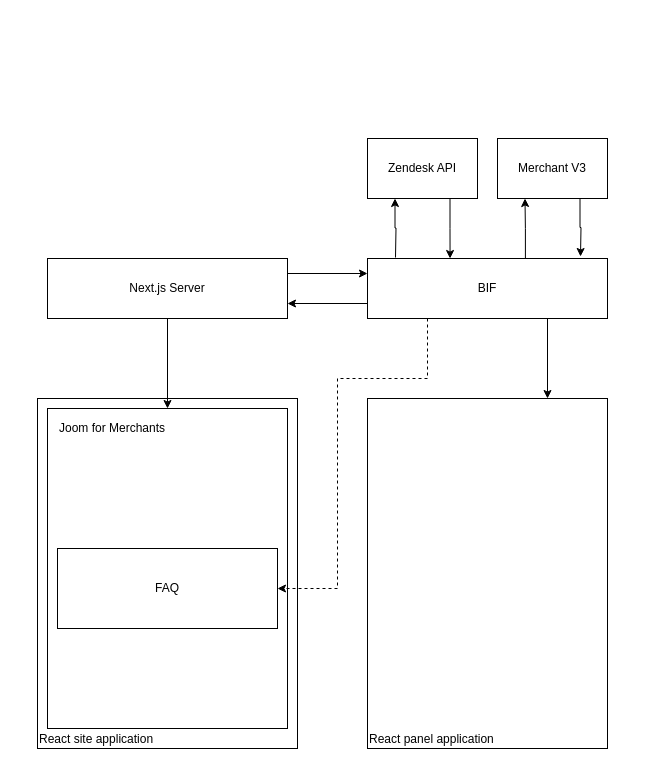
Earlier version of the draw.io diagram merchant-site.drawio (ajile/draw-io). Source tidied: cells renumbered, new cells numbered last; positions are measured from the earlier drawing's top-left corner, leaving out a move shared by most shapes. Both pictures are drawn from the tidied source at 100%, with x=0, y=0 at pixel (37, 138).
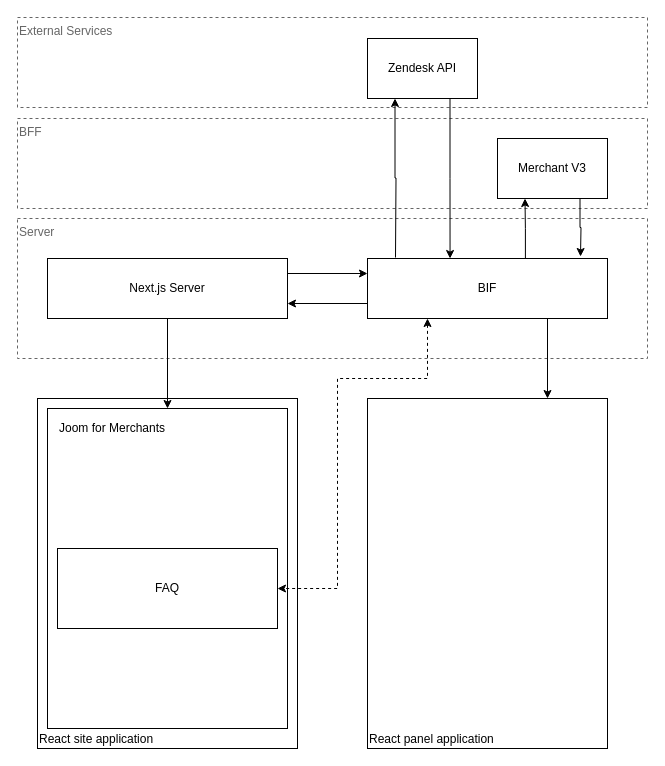
After the change.

The change refers to these unchanged cells:
```xml
<mxCell id="5" value="FAQ" style="rounded=0;whiteSpace=wrap;html=1;align=center;" parent="1" vertex="1">
  <mxGeometry x="20" y="410" width="220" height="80" as="geometry" />
</mxCell>
<mxCell id="14" value="BIF" style="rounded=0;whiteSpace=wrap;html=1;align=center;" parent="1" vertex="1">
  <mxGeometry x="330" y="120" width="240" height="60" as="geometry" />
</mxCell>
```

The edit, as a diff of the source:
```diff
@@
+    <mxCell id="20" value="External Services" style="rounded=0;whiteSpace=wrap;html=1;align=left;verticalAlign=top;fontColor=#666666;strokeColor=#666666;dashed=1;" parent="1" vertex="1">
+      <mxGeometry x="-20" y="-121" width="630" height="90" as="geometry" />
+    </mxCell>
+    <mxCell id="21" value="BFF" style="rounded=0;whiteSpace=wrap;html=1;align=left;verticalAlign=top;fontColor=#666666;strokeColor=#666666;dashed=1;" parent="1" vertex="1">
+      <mxGeometry x="-20" y="-20" width="630" height="90" as="geometry" />
+    </mxCell>
+    <mxCell id="22" value="Server" style="rounded=0;whiteSpace=wrap;html=1;align=left;verticalAlign=top;fontColor=#666666;strokeColor=#666666;dashed=1;" parent="1" vertex="1">
+      <mxGeometry x="-20" y="80" width="630" height="140" as="geometry" />
+    </mxCell>
@@
-    <mxCell id="11" style="edgeStyle=orthogonalEdgeStyle;rounded=0;jettySize=auto;html=1;entryX=1;entryY=0.5;entryDx=0;entryDy=0;exitX=0.25;exitY=1;exitDx=0;exitDy=0;dashed=1;" parent="1" edge="1" source="14" target="5">
+    <mxCell id="11" style="edgeStyle=orthogonalEdgeStyle;rounded=0;jettySize=auto;html=1;entryX=1;entryY=0.5;entryDx=0;entryDy=0;exitX=0.25;exitY=1;exitDx=0;exitDy=0;dashed=1;startArrow=classic;startFill=1;" parent="1" edge="1" source="14" target="5">
       <mxGeometry relative="1" as="geometry">
         <Array as="points">
           <mxPoint x="390" y="240" />
           <mxPoint x="300" y="240" />
           <mxPoint x="300" y="450" />
         </Array>
       </mxGeometry>
     </mxCell>
@@
     <mxCell id="16" value="Zendesk API" style="rounded=0;whiteSpace=wrap;html=1;align=center;" parent="1" vertex="1">
-      <mxGeometry x="330" width="110" height="60" as="geometry" />
+      <mxGeometry x="330" y="-100" width="110" height="60" as="geometry" />
     </mxCell>
```
